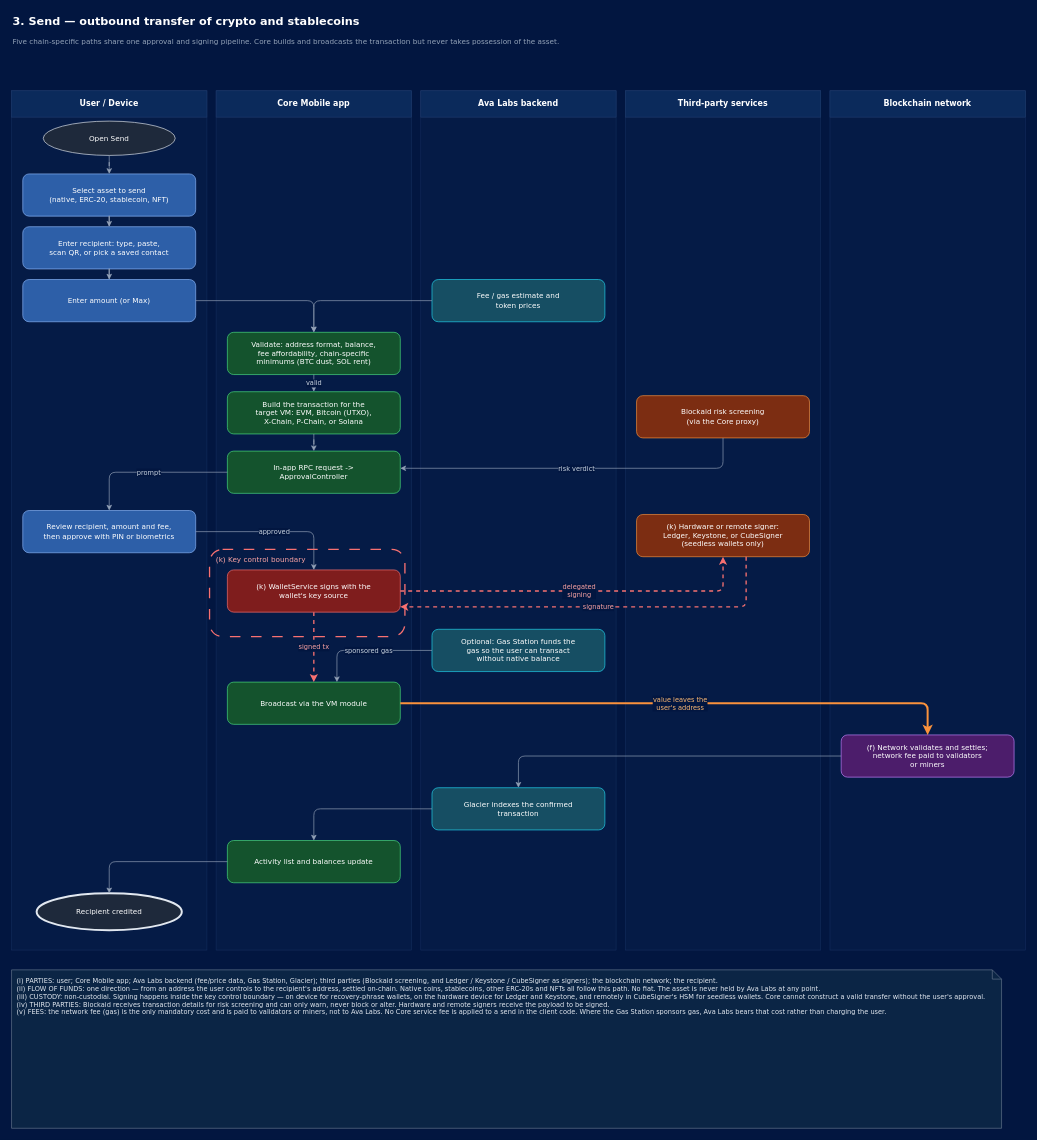
This is page "3. Send" (4 of 10) of packages/core-mobile/diagrams/Wallet-transaction-flows.drawio from ava-labs/core-mobile, a draw.io file, before an edit. Source tidied: cells renumbered, new cells numbered last; positions are measured from the earlier drawing's top-left corner, leaving out a move shared by most shapes. Both pictures are drawn from the tidied source at 66%, with x=0, y=0 at pixel (11, 11).
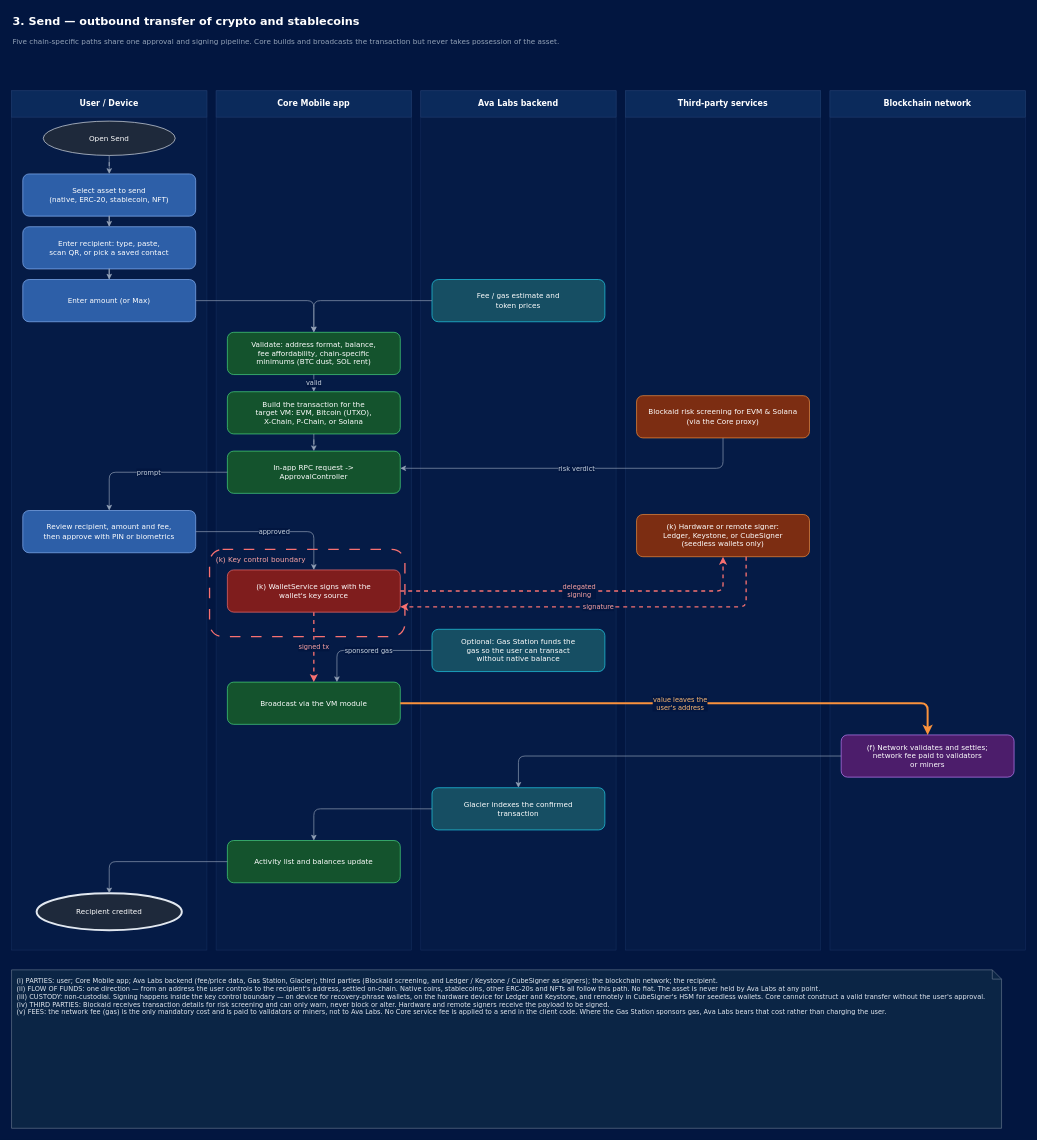
After the change.

Change to the diagram source:
```diff
@@
-    <mxCell id="22" value="Blockaid risk screening&lt;br&gt;(via the Core proxy)" style="rounded=1;whiteSpace=wrap;html=1;fontFamily=Verdana;fontSize=11;verticalAlign=middle;fillColor=#7C2D12;strokeColor=#FB923C;fontColor=#FFFFFF;" parent="1" vertex="1">
+    <mxCell id="22" value="Blockaid risk screening for EVM &amp;amp; Solana&lt;br&gt;(via the Core proxy)" style="rounded=1;whiteSpace=wrap;html=1;fontFamily=Verdana;fontSize=11;verticalAlign=middle;fillColor=#7C2D12;strokeColor=#FB923C;fontColor=#FFFFFF;" parent="1" vertex="1">
       <mxGeometry x="947" y="582" width="262" height="64" as="geometry" />
     </mxCell>
```
